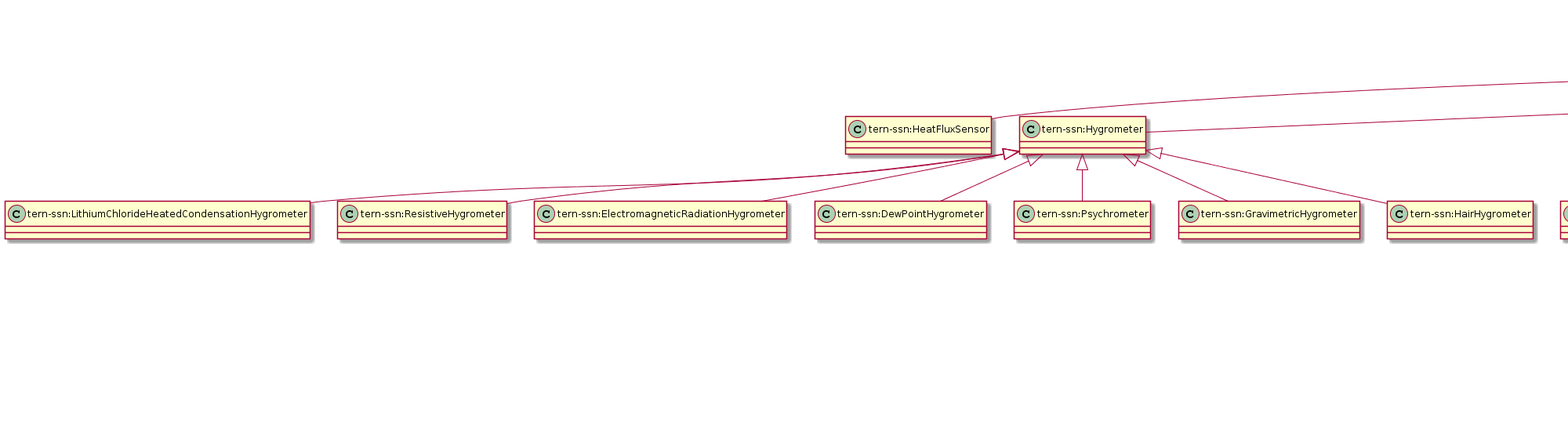
Before: docs/tern-ssn.ttl.txt.png, a diagram exported from PlantUML (ternaustralia/ontology_tern-sensor).
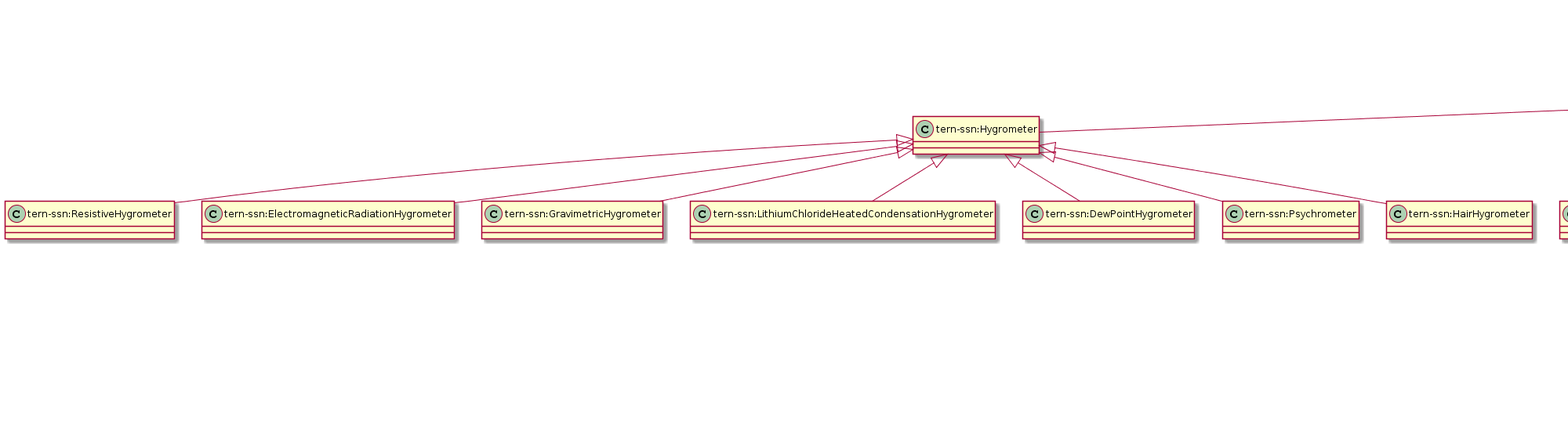
The same file after the commit.

Commit message:
Fixed reference link to overview diagram in pylode inject settings.

Change to the diagram source:
```diff
@@ -1,174 +1,174 @@
 @startuml
 title TERN SSN ontology extension and vocabulary
+"tern-ssn:Hygrometer" <|-- "tern-ssn:ResistiveHygrometer"
+"tern-ssn:Barometer" <|-- "tern-ssn:AneroidBarometer"
+"sosa:Sensor" <|-- "tern-ssn:Barometer"
+"sosa:Sensor" <|-- "tern-ssn:Hygrometer"
+"tern-ssn:WindSensor" <|-- "tern-ssn:Anemometer"
+"tern-ssn:Hygrometer" <|-- "tern-ssn:ElectromagneticRadiationHygrometer"
+"sosa:Sensor" <|-- "tern-ssn:CapactitiveSensor"
+"sosa:Platform" <|-- "tern-ssn:FixedPlatform"
+"sosa:Sensor" <|-- "tern-ssn:SapFlowSensor"
+"tern-ssn:FixedPlatform" <|-- "tern-ssn:EcologicalPlot"
+"tern-ssn:Hygrometer" <|-- "tern-ssn:GravimetricHygrometer"
 "tern-ssn:SonicAnemometer" <|-- "tern-ssn:2DSonicAnemometer"
+"sosa:Sensor" <|-- "tern-ssn:SoilMoistureSensor"
+"sosa:Sensor" <|-- "tern-ssn:Ceilometer"
+"tern-ssn:FixedPlatform" <|-- "tern-ssn:WeatherStation"
+"tern-ssn:MobilePlatform" <|-- "tern-ssn:Aircraft"
+"tern-ssn:Aircraft" <|-- "tern-ssn:Drone"
+"tern-ssn:Hygrometer" <|-- "tern-ssn:LithiumChlorideHeatedCondensationHygrometer"
+"tern-ssn:TemperatureSensor" <|-- "tern-ssn:ResistanceThermometer"
+"tern-ssn:Actinometer" <|-- "tern-ssn:NetRadiometer"
+"tern-ssn:TemperatureSensor" <|-- "tern-ssn:Thermistor"
+"sosa:Sensor" <|-- "tern-ssn:Spectrometer"
+"tern-ssn:SonicAnemometer" <|-- "tern-ssn:3DSonicAnemometer"
+"tern-ssn:Anemometer" <|-- "tern-ssn:SonicAnemometer"
+"tern-ssn:Barometer" <|-- "tern-ssn:ElectronicBarometer"
+"tern-ssn:SoilMoistureSensor" <|-- "tern-ssn:TimeDomainReflectometer"
+"tern-ssn:MobilePlatform" <|-- "tern-ssn:Satellite"
+"sosa:Sensor" <|-- "tern-ssn:WindSensor"
+"tern-ssn:Hygrometer" <|-- "tern-ssn:DewPointHygrometer"
+"sosa:Platform" <|-- "tern-ssn:MobilePlatform"
+"sosa:Sensor" <|-- "tern-ssn:RainGauge"
+"sosa:Sensor" <|-- "tern-ssn:TemperatureSensor"
+"owl:Thing" <|-- "tern-ssn:DeploymentInfo"
+"sosa:Sensor" <|-- "tern-ssn:RadiationSensor"
+"tern-ssn:RadiationSensor" <|-- "tern-ssn:Pyrgeometer"
+"tern-ssn:EcologicalPlot" <|-- "tern-ssn:SuperSite"
+"tern-ssn:TemperatureSensor" <|-- "tern-ssn:Thermocouple"
+"tern-ssn:RadiationSensor" <|-- "tern-ssn:QuantumSensor"
 "sosa:Sensor" <|-- "tern-ssn:HeatFluxSensor"
-"tern-ssn:Hygrometer" <|-- "tern-ssn:LithiumChlorideHeatedCondensationHygrometer"
-"sosa:Sensor" <|-- "tern-ssn:SoilMoistureSensor"
+"tern-ssn:SoilMoistureSensor" <|-- "tern-ssn:FrequencyDomainReflectometer"
+"tern-ssn:RainGauge" <|-- "tern-ssn:OpticalRainGauge"
+"tern-ssn:Barometer" <|-- "tern-ssn:MercuryBarometer"
 "tern-ssn:RadiationSensor" <|-- "tern-ssn:Pyrheliometer"
+"tern-ssn:Anemometer" <|-- "tern-ssn:HotWireAnemometer"
 "sosa:Sensor" <|-- "tern-ssn:Dendrometer"
-"tern-ssn:Anemometer" <|-- "tern-ssn:SonicAnemometer"
-"tern-ssn:SonicAnemometer" <|-- "tern-ssn:3DSonicAnemometer"
-"sosa:Platform" <|-- "tern-ssn:FixedPlatform"
-"tern-ssn:WindSensor" <|-- "tern-ssn:Anemometer"
 "tern-ssn:Anemometer" <|-- "tern-ssn:CupAnemometer"
-"tern-ssn:Hygrometer" <|-- "tern-ssn:ResistiveHygrometer"
-"tern-ssn:EcologicalPlot" <|-- "tern-ssn:SuperSite"
-"sosa:Sensor" <|-- "tern-ssn:WindSensor"
-"sosa:Sensor" <|-- "tern-ssn:CapactitiveSensor"
-"tern-ssn:SoilMoistureSensor" <|-- "tern-ssn:FrequencyDomainReflectometer"
-"tern-ssn:RadiationSensor" <|-- "tern-ssn:QuantumSensor"
-"sosa:Sensor" <|-- "tern-ssn:SapFlowSensor"
-"tern-ssn:Anemometer" <|-- "tern-ssn:HotWireAnemometer"
-"sosa:Sensor" <|-- "tern-ssn:Hygrometer"
+"tern-ssn:FixedPlatform" <|-- "tern-ssn:EddyCovarianceFluxTower"
+"tern-ssn:Radiometer" <|-- "tern-ssn:Pyrradiometer"
+"tern-ssn:Radiometer" <|-- "tern-ssn:Actinometer"
+"tern-ssn:RadiationSensor" <|-- "tern-ssn:Radiometer"
+"tern-ssn:Hygrometer" <|-- "tern-ssn:Psychrometer"
 "tern-ssn:RainGauge" <|-- "tern-ssn:TippingBucketRainGauge"
-"owl:Thing" <|-- "tern-ssn:DeploymentInfo"
-"tern-ssn:RadiationSensor" <|-- "tern-ssn:Pyrgeometer"
-"tern-ssn:FixedPlatform" <|-- "tern-ssn:EddyCovarianceFluxTower"
-"tern-ssn:Hygrometer" <|-- "tern-ssn:ElectromagneticRadiationHygrometer"
-"tern-ssn:TemperatureSensor" <|-- "tern-ssn:Thermocouple"
-"tern-ssn:RadiationSensor" <|-- "tern-ssn:Radiometer"
-"tern-ssn:Hygrometer" <|-- "tern-ssn:DewPointHygrometer"
-"tern-ssn:SoilMoistureSensor" <|-- "tern-ssn:TimeDomainReflectometer"
-"sosa:Sensor" <|-- "tern-ssn:Ceilometer"
-"tern-ssn:Aircraft" <|-- "tern-ssn:Drone"
-"sosa:Platform" <|-- "tern-ssn:MobilePlatform"
-"tern-ssn:RainGauge" <|-- "tern-ssn:OpticalRainGauge"
-"tern-ssn:TemperatureSensor" <|-- "tern-ssn:ResistanceThermometer"
-"sosa:Sensor" <|-- "tern-ssn:Barometer"
-"tern-ssn:Barometer" <|-- "tern-ssn:MercuryBarometer"
-"sosa:Sensor" <|-- "tern-ssn:RainGauge"
+"sosa:Sensor" <|-- "tern-ssn:InfraredGasAnalyzer"
+"tern-ssn:Hygrometer" <|-- "tern-ssn:HairHygrometer"
+"tern-ssn:Actinometer" <|-- "tern-ssn:Pyranometer"
 "tern-ssn:RainGauge" <|-- "tern-ssn:WeighingPrecipitationGauge"
-"tern-ssn:Actinometer" <|-- "tern-ssn:NetRadiometer"
-"tern-ssn:Radiometer" <|-- "tern-ssn:Actinometer"
-"tern-ssn:Barometer" <|-- "tern-ssn:ElectronicBarometer"
-"tern-ssn:Hygrometer" <|-- "tern-ssn:Psychrometer"
-"tern-ssn:Hygrometer" <|-- "tern-ssn:GravimetricHygrometer"
-"tern-ssn:Radiometer" <|-- "tern-ssn:Pyrradiometer"
-"tern-ssn:MobilePlatform" <|-- "tern-ssn:Satellite"
-"sosa:Sensor" <|-- "tern-ssn:TemperatureSensor"
-"tern-ssn:MobilePlatform" <|-- "tern-ssn:Aircraft"
-"tern-ssn:TemperatureSensor" <|-- "tern-ssn:Thermistor"
-"tern-ssn:FixedPlatform" <|-- "tern-ssn:WeatherStation"
-"sosa:Sensor" <|-- "tern-ssn:RadiationSensor"
-"tern-ssn:FixedPlatform" <|-- "tern-ssn:EcologicalPlot"
-"tern-ssn:Hygrometer" <|-- "tern-ssn:HairHygrometer"
-"tern-ssn:Barometer" <|-- "tern-ssn:AneroidBarometer"
-"tern-ssn:Actinometer" <|-- "tern-ssn:Pyranometer"
-"sosa:Sensor" <|-- "tern-ssn:Spectrometer"
-"sosa:Sensor" <|-- "tern-ssn:InfraredGasAnalyzer"
+Class "tern-ssn:ResistiveHygrometer" [[https://w3id.org/tern/ontologies/ssn/ResistiveHygrometer]] {
+}
+Class "tern-ssn:AneroidBarometer" [[https://w3id.org/tern/ontologies/ssn/AneroidBarometer]] {
+}
+Class "tern-ssn:Barometer" [[https://w3id.org/tern/ontologies/ssn/Barometer]] {
+}
+Class "tern-ssn:Hygrometer" [[https://w3id.org/tern/ontologies/ssn/Hygrometer]] {
+}
+Class "tern-ssn:Anemometer" [[https://w3id.org/tern/ontologies/ssn/Anemometer]] {
+}
+Class "tern-ssn:ElectromagneticRadiationHygrometer" [[https://w3id.org/tern/ontologies/ssn/ElectromagneticRadiationHygrometer]] {
+}
+Class "tern-ssn:CapactitiveSensor" [[https://w3id.org/tern/ontologies/ssn/CapactitiveSensor]] {
+}
+Class "tern-ssn:FixedPlatform" [[https://w3id.org/tern/ontologies/ssn/FixedPlatform]] {
+}
+Class "tern-ssn:ub1bL25C25" [[ub1bL25C25]] {
+}
+Class "tern-ssn:SapFlowSensor" [[https://w3id.org/tern/ontologies/ssn/SapFlowSensor]] {
+}
+Class "tern-ssn:EcologicalPlot" [[https://w3id.org/tern/ontologies/ssn/EcologicalPlot]] {
+}
+Class "tern-ssn:GravimetricHygrometer" [[https://w3id.org/tern/ontologies/ssn/GravimetricHygrometer]] {
+}
 Class "tern-ssn:2DSonicAnemometer" [[https://w3id.org/tern/ontologies/sensor/2DSonicAnemometer]] {
+}
+Class "tern-ssn:SoilMoistureSensor" [[https://w3id.org/tern/ontologies/ssn/SoilMoistureSensor]] {
+}
+Class "tern-ssn:Ceilometer" [[https://w3id.org/tern/ontologies/ssn/Ceilometer]] {
+}
+Class "tern-ssn:WeatherStation" [[https://w3id.org/tern/ontologies/ssn/WeatherStation]] {
+}
+Class "tern-ssn:Aircraft" [[https://w3id.org/tern/ontologies/ssn/Aircraft]] {
+}
+Class "tern-ssn:Drone" [[https://w3id.org/tern/ontologies/ssn/Drone]] {
+}
+Class "tern-ssn:LithiumChlorideHeatedCondensationHygrometer" [[https://w3id.org/tern/ontologies/ssn/LithiumChlorideHeatedCondensationHygrometer]] {
+}
+Class "tern-ssn:ResistanceThermometer" [[https://w3id.org/tern/ontologies/ssn/ResistanceThermometer]] {
+}
+Class "tern-ssn:NetRadiometer" [[https://w3id.org/tern/ontologies/ssn/NetRadiometer]] {
+}
+Class "tern-ssn:Thermistor" [[https://w3id.org/tern/ontologies/ssn/Thermistor]] {
+}
+Class "tern-ssn:Spectrometer" [[https://w3id.org/tern/ontologies/ssn/Spectrometer]] {
+}
+Class "tern-ssn:3DSonicAnemometer" [[https://w3id.org/tern/ontologies/sensor/3DSonicAnemometer]] {
+}
+Class "tern-ssn:SonicAnemometer" [[https://w3id.org/tern/ontologies/ssn/SonicAnemometer]] {
+}
+Class "tern-ssn:ElectronicBarometer" [[https://w3id.org/tern/ontologies/ssn/ElectronicBarometer]] {
+}
+Class "tern-ssn:TimeDomainReflectometer" [[https://w3id.org/tern/ontologies/ssn/TimeDomainReflectometer]] {
+}
+Class "tern-ssn:Satellite" [[https://w3id.org/tern/ontologies/ssn/Satellite]] {
+}
+Class "tern-ssn:WindSensor" [[https://w3id.org/tern/ontologies/ssn/WindSensor]] {
+}
+Class "tern-ssn:DewPointHygrometer" [[https://w3id.org/tern/ontologies/ssn/DewPointHygrometer]] {
+}
+Class "tern-ssn:MobilePlatform" [[https://w3id.org/tern/ontologies/ssn/MobilePlatform]] {
+}
+Class "tern-ssn:RainGauge" [[https://w3id.org/tern/ontologies/ssn/RainGauge]] {
+}
+Class "tern-ssn:TemperatureSensor" [[https://w3id.org/tern/ontologies/ssn/TemperatureSensor]] {
+}
+Class "tern-ssn:DeploymentInfo" [[https://w3id.org/tern/ontologies/ssn/DeploymentInfo]] {
+}
+Class "tern-ssn:RadiationSensor" [[https://w3id.org/tern/ontologies/ssn/RadiationSensor]] {
+}
+Class "tern-ssn:Pyrgeometer" [[https://w3id.org/tern/ontologies/ssn/Pyrgeometer]] {
+}
+Class "tern-ssn:SuperSite" [[https://w3id.org/tern/ontologies/ssn/SuperSite]] {
+}
+Class "tern-ssn:Thermocouple" [[https://w3id.org/tern/ontologies/ssn/Thermocouple]] {
+}
+Class "tern-ssn:QuantumSensor" [[https://w3id.org/tern/ontologies/ssn/QuantumSensor]] {
 }
 Class "tern-ssn:HeatFluxSensor" [[https://w3id.org/tern/ontologies/ssn/HeatFluxSensor]] {
 }
-Class "tern-ssn:LithiumChlorideHeatedCondensationHygrometer" [[https://w3id.org/tern/ontologies/ssn/LithiumChlorideHeatedCondensationHygrometer]] {
+Class "tern-ssn:FrequencyDomainReflectometer" [[https://w3id.org/tern/ontologies/ssn/FrequencyDomainReflectometer]] {
 }
-Class "tern-ssn:SoilMoistureSensor" [[https://w3id.org/tern/ontologies/ssn/SoilMoistureSensor]] {
+Class "tern-ssn:OpticalRainGauge" [[https://w3id.org/tern/ontologies/ssn/OpticalRainGauge]] {
+}
+Class "tern-ssn:MercuryBarometer" [[https://w3id.org/tern/ontologies/ssn/MercuryBarometer]] {
 }
 Class "tern-ssn:Pyrheliometer" [[https://w3id.org/tern/ontologies/ssn/Pyrheliometer]] {
 }
+Class "tern-ssn:HotWireAnemometer" [[https://w3id.org/tern/ontologies/ssn/HotWireAnemometer]] {
+}
 Class "tern-ssn:Dendrometer" [[https://w3id.org/tern/ontologies/ssn/Dendrometer]] {
-}
-Class "tern-ssn:SonicAnemometer" [[https://w3id.org/tern/ontologies/ssn/SonicAnemometer]] {
-}
-Class "tern-ssn:3DSonicAnemometer" [[https://w3id.org/tern/ontologies/sensor/3DSonicAnemometer]] {
-}
-Class "tern-ssn:FixedPlatform" [[https://w3id.org/tern/ontologies/ssn/FixedPlatform]] {
-}
-Class "tern-ssn:Anemometer" [[https://w3id.org/tern/ontologies/ssn/Anemometer]] {
 }
 Class "tern-ssn:CupAnemometer" [[https://w3id.org/tern/ontologies/ssn/CupAnemometer]] {
 }
-Class "tern-ssn:ResistiveHygrometer" [[https://w3id.org/tern/ontologies/ssn/ResistiveHygrometer]] {
+Class "tern-ssn:EddyCovarianceFluxTower" [[https://w3id.org/tern/ontologies/ssn/EddyCovarianceFluxTower]] {
 }
-Class "tern-ssn:SuperSite" [[https://w3id.org/tern/ontologies/ssn/SuperSite]] {
+Class "tern-ssn:Pyrradiometer" [[https://w3id.org/tern/ontologies/ssn/Pyrradiometer]] {
 }
-Class "tern-ssn:WindSensor" [[https://w3id.org/tern/ontologies/ssn/WindSensor]] {
+Class "tern-ssn:Actinometer" [[https://w3id.org/tern/ontologies/ssn/Actinometer]] {
 }
-Class "tern-ssn:CapactitiveSensor" [[https://w3id.org/tern/ontologies/ssn/CapactitiveSensor]] {
+Class "tern-ssn:Radiometer" [[https://w3id.org/tern/ontologies/ssn/Radiometer]] {
 }
-Class "tern-ssn:FrequencyDomainReflectometer" [[https://w3id.org/tern/ontologies/ssn/FrequencyDomainReflectometer]] {
-}
-Class "tern-ssn:QuantumSensor" [[https://w3id.org/tern/ontologies/ssn/QuantumSensor]] {
-}
-Class "tern-ssn:SapFlowSensor" [[https://w3id.org/tern/ontologies/ssn/SapFlowSensor]] {
-}
-Class "tern-ssn:HotWireAnemometer" [[https://w3id.org/tern/ontologies/ssn/HotWireAnemometer]] {
-}
-Class "tern-ssn:Hygrometer" [[https://w3id.org/tern/ontologies/ssn/Hygrometer]] {
+Class "tern-ssn:Psychrometer" [[https://w3id.org/tern/ontologies/ssn/Psychrometer]] {
 }
 Class "tern-ssn:TippingBucketRainGauge" [[https://w3id.org/tern/ontologies/ssn/TippingBucketRainGauge]] {
 }
-Class "tern-ssn:DeploymentInfo" [[https://w3id.org/tern/ontologies/ssn/DeploymentInfo]] {
-}
-Class "tern-ssn:Pyrgeometer" [[https://w3id.org/tern/ontologies/ssn/Pyrgeometer]] {
-}
-Class "tern-ssn:EddyCovarianceFluxTower" [[https://w3id.org/tern/ontologies/ssn/EddyCovarianceFluxTower]] {
-}
-Class "tern-ssn:ElectromagneticRadiationHygrometer" [[https://w3id.org/tern/ontologies/ssn/ElectromagneticRadiationHygrometer]] {
-}
-Class "tern-ssn:Thermocouple" [[https://w3id.org/tern/ontologies/ssn/Thermocouple]] {
-}
-Class "tern-ssn:Radiometer" [[https://w3id.org/tern/ontologies/ssn/Radiometer]] {
-}
-Class "tern-ssn:DewPointHygrometer" [[https://w3id.org/tern/ontologies/ssn/DewPointHygrometer]] {
-}
-Class "tern-ssn:TimeDomainReflectometer" [[https://w3id.org/tern/ontologies/ssn/TimeDomainReflectometer]] {
-}
-Class "tern-ssn:Ceilometer" [[https://w3id.org/tern/ontologies/ssn/Ceilometer]] {
-}
-Class "tern-ssn:Drone" [[https://w3id.org/tern/ontologies/ssn/Drone]] {
-}
-Class "tern-ssn:MobilePlatform" [[https://w3id.org/tern/ontologies/ssn/MobilePlatform]] {
-}
-Class "tern-ssn:OpticalRainGauge" [[https://w3id.org/tern/ontologies/ssn/OpticalRainGauge]] {
-}
-Class "tern-ssn:ResistanceThermometer" [[https://w3id.org/tern/ontologies/ssn/ResistanceThermometer]] {
-}
-Class "tern-ssn:Barometer" [[https://w3id.org/tern/ontologies/ssn/Barometer]] {
-}
-Class "tern-ssn:MercuryBarometer" [[https://w3id.org/tern/ontologies/ssn/MercuryBarometer]] {
-}
-Class "tern-ssn:RainGauge" [[https://w3id.org/tern/ontologies/ssn/RainGauge]] {
-}
-Class "tern-ssn:WeighingPrecipitationGauge" [[https://w3id.org/tern/ontologies/ssn/WeighingPrecipitationGauge]] {
-}
-Class "tern-ssn:NetRadiometer" [[https://w3id.org/tern/ontologies/ssn/NetRadiometer]] {
-}
-Class "tern-ssn:Actinometer" [[https://w3id.org/tern/ontologies/ssn/Actinometer]] {
-}
-Class "tern-ssn:ElectronicBarometer" [[https://w3id.org/tern/ontologies/ssn/ElectronicBarometer]] {
-}
-Class "tern-ssn:Psychrometer" [[https://w3id.org/tern/ontologies/ssn/Psychrometer]] {
-}
-Class "tern-ssn:GravimetricHygrometer" [[https://w3id.org/tern/ontologies/ssn/GravimetricHygrometer]] {
-}
-Class "tern-ssn:Pyrradiometer" [[https://w3id.org/tern/ontologies/ssn/Pyrradiometer]] {
-}
-Class "tern-ssn:Satellite" [[https://w3id.org/tern/ontologies/ssn/Satellite]] {
-}
-Class "tern-ssn:TemperatureSensor" [[https://w3id.org/tern/ontologies/ssn/TemperatureSensor]] {
-}
-Class "tern-ssn:Aircraft" [[https://w3id.org/tern/ontologies/ssn/Aircraft]] {
-}
-Class "tern-ssn:Thermistor" [[https://w3id.org/tern/ontologies/ssn/Thermistor]] {
-}
-Class "tern-ssn:WeatherStation" [[https://w3id.org/tern/ontologies/ssn/WeatherStation]] {
-}
-Class "tern-ssn:RadiationSensor" [[https://w3id.org/tern/ontologies/ssn/RadiationSensor]] {
-}
-Class "tern-ssn:EcologicalPlot" [[https://w3id.org/tern/ontologies/ssn/EcologicalPlot]] {
+Class "tern-ssn:InfraredGasAnalyzer" [[https://w3id.org/tern/ontologies/ssn/InfraredGasAnalyzer]] {
 }
 Class "tern-ssn:HairHygrometer" [[https://w3id.org/tern/ontologies/ssn/HairHygrometer]] {
 }
-Class "tern-ssn:ub1bL25C25" [[ub1bL25C25]] {
-}
-Class "tern-ssn:AneroidBarometer" [[https://w3id.org/tern/ontologies/ssn/AneroidBarometer]] {
-}
 Class "tern-ssn:Pyranometer" [[https://w3id.org/tern/ontologies/ssn/Pyranometer]] {
 }
-Class "tern-ssn:Spectrometer" [[https://w3id.org/tern/ontologies/ssn/Spectrometer]] {
-}
-Class "tern-ssn:InfraredGasAnalyzer" [[https://w3id.org/tern/ontologies/ssn/InfraredGasAnalyzer]] {
+Class "tern-ssn:WeighingPrecipitationGauge" [[https://w3id.org/tern/ontologies/ssn/WeighingPrecipitationGauge]] {
 }
 header
 Creator: Edmond Chuc (e.chuc@uq.edu.au)
```
